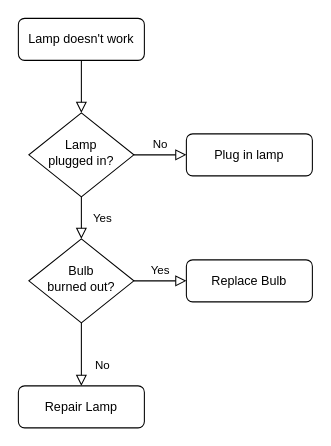
Before: Diagrama sem nome.drawio in Afonsocrz/Aulas_Lp-, a draw.io diagram. Source tidied: cells renumbered, new cells numbered last; positions are measured from the earlier drawing's top-left corner, leaving out a move shared by most shapes. Both pictures are drawn from the tidied source at 105%, with x=0, y=0 at pixel (18, 18).
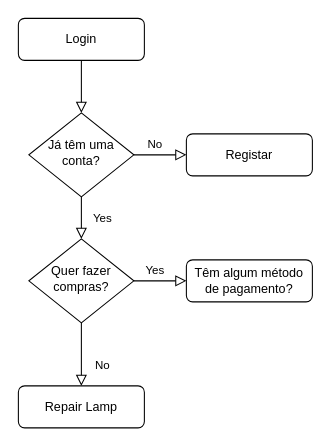
Above is the later version.

Diff of the diagram source:
```diff
@@
 <mxGraphModel>
   <root>
     <mxCell id="0" />
     <mxCell id="1" parent="0" />
     <mxCell id="2" style="rounded=0;html=1;jettySize=auto;fontSize=11;endArrow=block;endFill=0;endSize=8;strokeWidth=1;shadow=0;labelBackgroundColor=none;edgeStyle=orthogonalEdgeStyle;" parent="1" edge="1" source="3" target="6">
       <mxGeometry relative="1" as="geometry" />
     </mxCell>
-    <mxCell id="3" value="Lamp doesn't work" style="rounded=1;whiteSpace=wrap;html=1;fontSize=12;glass=0;strokeWidth=1;shadow=0;" parent="1" vertex="1">
+    <mxCell id="3" value="Login" style="rounded=1;whiteSpace=wrap;html=1;fontSize=12;glass=0;strokeWidth=1;shadow=0;" parent="1" vertex="1">
       <mxGeometry width="120" height="40" as="geometry" />
     </mxCell>
     <mxCell id="4" value="Yes" style="rounded=0;html=1;jettySize=auto;fontSize=11;endArrow=block;endFill=0;endSize=8;strokeWidth=1;shadow=0;labelBackgroundColor=none;edgeStyle=orthogonalEdgeStyle;" parent="1" edge="1" source="6" target="10">
       <mxGeometry y="20" relative="1" as="geometry" />
     </mxCell>
     <mxCell id="5" value="No" style="edgeStyle=orthogonalEdgeStyle;rounded=0;html=1;jettySize=auto;fontSize=11;endArrow=block;endFill=0;endSize=8;strokeWidth=1;shadow=0;labelBackgroundColor=none;" parent="1" edge="1" source="6" target="7">
-      <mxGeometry y="10" relative="1" as="geometry" />
+      <mxGeometry x="-0.2" y="10" relative="1" as="geometry" />
     </mxCell>
-    <mxCell id="6" value="Lamp&lt;br&gt;plugged in?" style="rhombus;whiteSpace=wrap;html=1;shadow=0;fontFamily=Helvetica;fontSize=12;align=center;strokeWidth=1;spacing=6;spacingTop=-4;" parent="1" vertex="1">
+    <mxCell id="6" value="Já têm uma conta?" style="rhombus;whiteSpace=wrap;html=1;shadow=0;fontFamily=Helvetica;fontSize=12;align=center;strokeWidth=1;spacing=6;spacingTop=-4;" parent="1" vertex="1">
       <mxGeometry x="10" y="90" width="100" height="80" as="geometry" />
     </mxCell>
-    <mxCell id="7" value="Plug in lamp" style="rounded=1;whiteSpace=wrap;html=1;fontSize=12;glass=0;strokeWidth=1;shadow=0;" parent="1" vertex="1">
+    <mxCell id="7" value="Registar" style="rounded=1;whiteSpace=wrap;html=1;fontSize=12;glass=0;strokeWidth=1;shadow=0;" parent="1" vertex="1">
       <mxGeometry x="160" y="110" width="120" height="40" as="geometry" />
     </mxCell>
     <mxCell id="8" value="No" style="rounded=0;html=1;jettySize=auto;fontSize=11;endArrow=block;endFill=0;endSize=8;strokeWidth=1;shadow=0;labelBackgroundColor=none;edgeStyle=orthogonalEdgeStyle;" parent="1" edge="1" source="10" target="11">
       <mxGeometry x="0.33" y="20" relative="1" as="geometry" />
     </mxCell>
     <mxCell id="9" value="Yes" style="edgeStyle=orthogonalEdgeStyle;rounded=0;html=1;jettySize=auto;fontSize=11;endArrow=block;endFill=0;endSize=8;strokeWidth=1;shadow=0;labelBackgroundColor=none;" parent="1" edge="1" source="10" target="12">
-      <mxGeometry y="10" relative="1" as="geometry" />
+      <mxGeometry x="-0.2" y="10" relative="1" as="geometry" />
     </mxCell>
-    <mxCell id="10" value="Bulb&lt;br&gt;burned out?" style="rhombus;whiteSpace=wrap;html=1;shadow=0;fontFamily=Helvetica;fontSize=12;align=center;strokeWidth=1;spacing=6;spacingTop=-4;" parent="1" vertex="1">
+    <mxCell id="10" value="Quer fazer compras?" style="rhombus;whiteSpace=wrap;html=1;shadow=0;fontFamily=Helvetica;fontSize=12;align=center;strokeWidth=1;spacing=6;spacingTop=-4;" parent="1" vertex="1">
       <mxGeometry x="10" y="210" width="100" height="80" as="geometry" />
     </mxCell>
     <mxCell id="11" value="Repair Lamp" style="rounded=1;whiteSpace=wrap;html=1;fontSize=12;glass=0;strokeWidth=1;shadow=0;" parent="1" vertex="1">
       <mxGeometry y="350" width="120" height="40" as="geometry" />
     </mxCell>
-    <mxCell id="12" value="Replace Bulb" style="rounded=1;whiteSpace=wrap;html=1;fontSize=12;glass=0;strokeWidth=1;shadow=0;" parent="1" vertex="1">
+    <mxCell id="12" value="Têm algum método de pagamento?" style="rounded=1;whiteSpace=wrap;html=1;fontSize=12;glass=0;strokeWidth=1;shadow=0;" parent="1" vertex="1">
       <mxGeometry x="160" y="230" width="120" height="40" as="geometry" />
     </mxCell>
   </root>
 </mxGraphModel>
```
